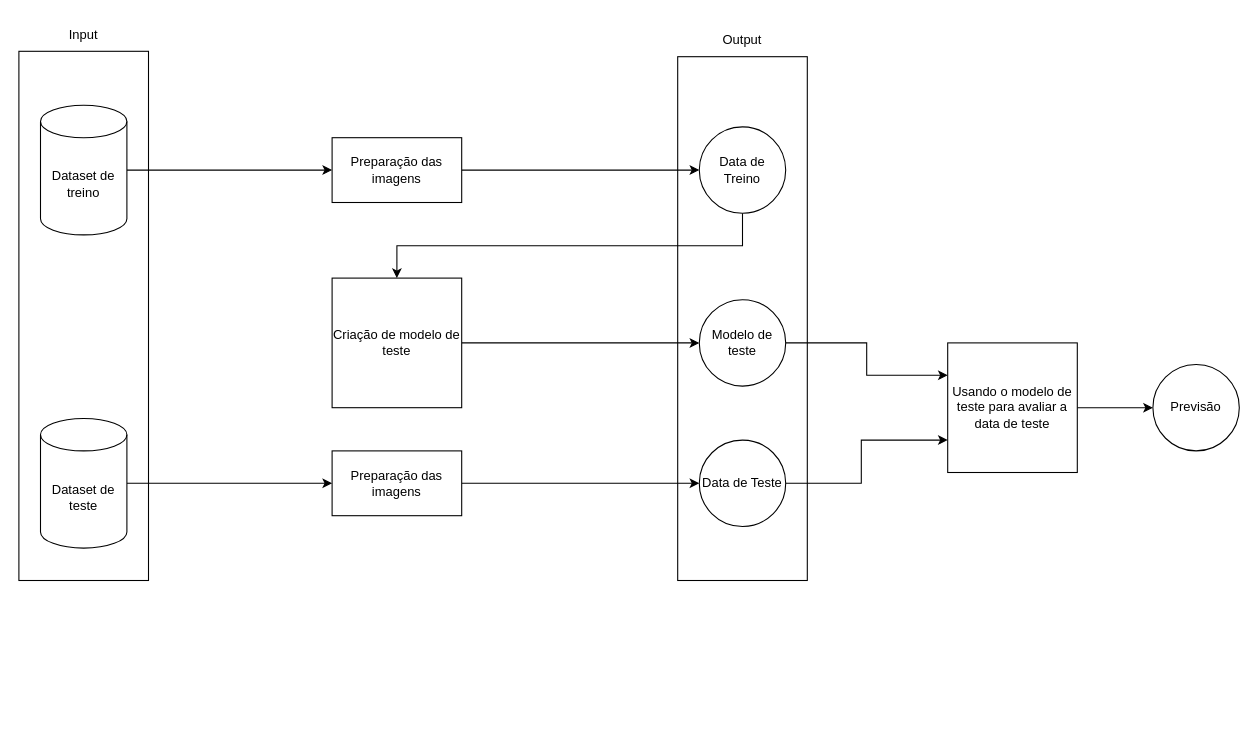
The draw.io diagram proj1/relatorio/diagramas/general_work_flow_nn.drawio in edgaralves33017/AB2023_2024v, before the edit. Source tidied: cells renumbered, new cells numbered last; positions are measured from the earlier drawing's top-left corner, leaving out a move shared by most shapes. Both pictures are drawn from the tidied source at 108%, with x=0, y=0 at pixel (18, 18).
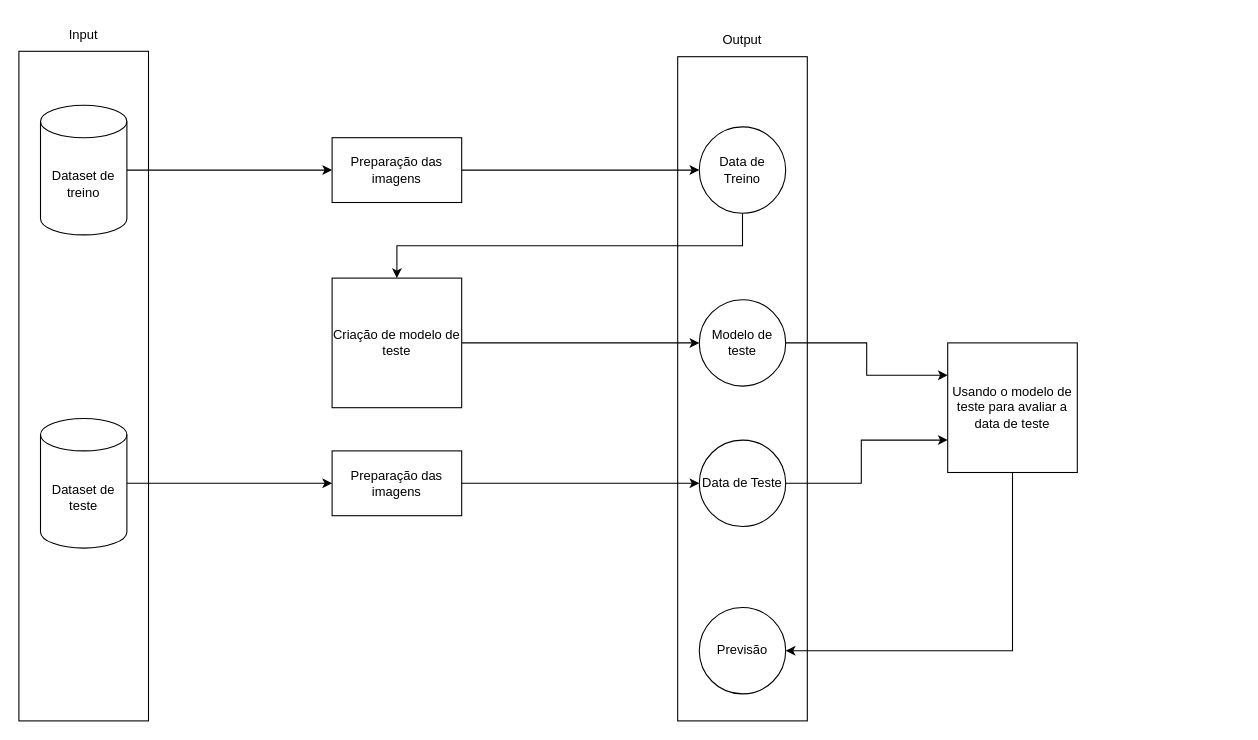
The same diagram, later.

Unchanged cells that the change refers to:
```xml
<mxCell id="23" value="Usando o modelo de teste para avaliar a data de teste" style="whiteSpace=wrap;html=1;" parent="1" vertex="1">
  <mxGeometry x="860" y="300" width="120" height="120" as="geometry" />
</mxCell>
```

The edit, as a diff of the source:
```diff
@@
     <mxCell id="2" style="rounded=0;whiteSpace=wrap;html=1;" parent="1" vertex="1">
-      <mxGeometry x="610" y="35" width="120" height="485" as="geometry" />
+      <mxGeometry x="610" y="35" width="120" height="615" as="geometry" />
     </mxCell>
     <mxCell id="3" style="rounded=0;whiteSpace=wrap;html=1;" parent="1" vertex="1">
-      <mxGeometry y="30" width="120" height="490" as="geometry" />
+      <mxGeometry y="30" width="120" height="620" as="geometry" />
     </mxCell>
@@
-    <mxCell id="22" style="edgeStyle=orthogonalEdgeStyle;rounded=0;jettySize=auto;html=1;exitX=1;exitY=0.5;exitDx=0;exitDy=0;entryX=0;entryY=0.5;entryDx=0;entryDy=0;" parent="1" edge="1" source="23" target="24">
-      <mxGeometry relative="1" as="geometry" />
+    <mxCell id="22" style="edgeStyle=orthogonalEdgeStyle;rounded=0;jettySize=auto;html=1;exitX=0.5;exitY=1;exitDx=0;exitDy=0;entryX=1;entryY=0.5;entryDx=0;entryDy=0;" parent="1" edge="1" source="23" target="24">
+      <mxGeometry relative="1" as="geometry">
+        <Array as="points">
+          <mxPoint x="920" y="585" />
+        </Array>
+      </mxGeometry>
     </mxCell>
@@
     <mxCell id="24" value="Previsão" style="ellipse;whiteSpace=wrap;html=1;" parent="1" vertex="1">
-      <mxGeometry x="1050" y="320" width="80" height="80" as="geometry" />
+      <mxGeometry x="630" y="545" width="80" height="80" as="geometry" />
     </mxCell>
```
